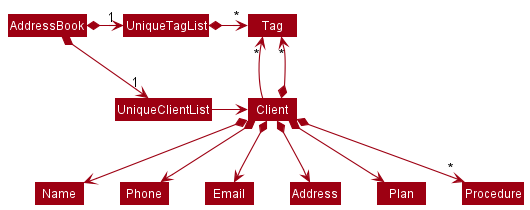
Above: docs/images/BetterModelClassDiagram.png in nus-cs2103-AY2122S2/tp (PlantUML), before the change. The source it was exported from:
```plantuml
@startuml
!include style.puml
skinparam arrowThickness 1.1
skinparam arrowColor MODEL_COLOR
skinparam classBackgroundColor MODEL_COLOR

AddressBook *-right-> "1" UniqueClientList
AddressBook *-right-> "1" UniqueTagList
UniqueTagList -[hidden]down- UniqueClientList
UniqueTagList -[hidden]down- UniqueClientList

UniqueTagList *-right-> "*" Tag
UniqueClientList -right-> Client

Client -up-> "*" Tag

Client *--> Name
Client *--> Phone
Client *--> Email
Client *--> Address
Client *--> Plan
Client *--> "*" Tag
Client *--> "*" Procedure
@enduml
```
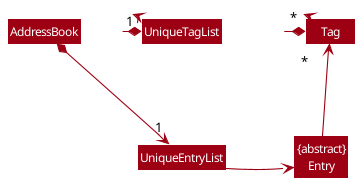
After the commit.

What changed in the source:
```diff
@@ -4,21 +4,15 @@
 skinparam arrowColor MODEL_COLOR
 skinparam classBackgroundColor MODEL_COLOR
 
-AddressBook *-right-> "1" UniqueClientList
+Class "{abstract}\nEntry" as Entry
+
+AddressBook *-right-> "1" UniqueEntryList
 AddressBook *-right-> "1" UniqueTagList
-UniqueTagList -[hidden]down- UniqueClientList
-UniqueTagList -[hidden]down- UniqueClientList
+UniqueTagList -[hidden]down- UniqueEntryList
+UniqueTagList -[hidden]down- UniqueEntryList
 
 UniqueTagList *-right-> "*" Tag
-UniqueClientList -right-> Client
+UniqueEntryList -right-> Entry
 
-Client -up-> "*" Tag
-
-Client *--> Name
-Client *--> Phone
-Client *--> Email
-Client *--> Address
-Client *--> Plan
-Client *--> "*" Tag
-Client *--> "*" Procedure
+Entry -up-> "*" Tag
 @enduml
```
